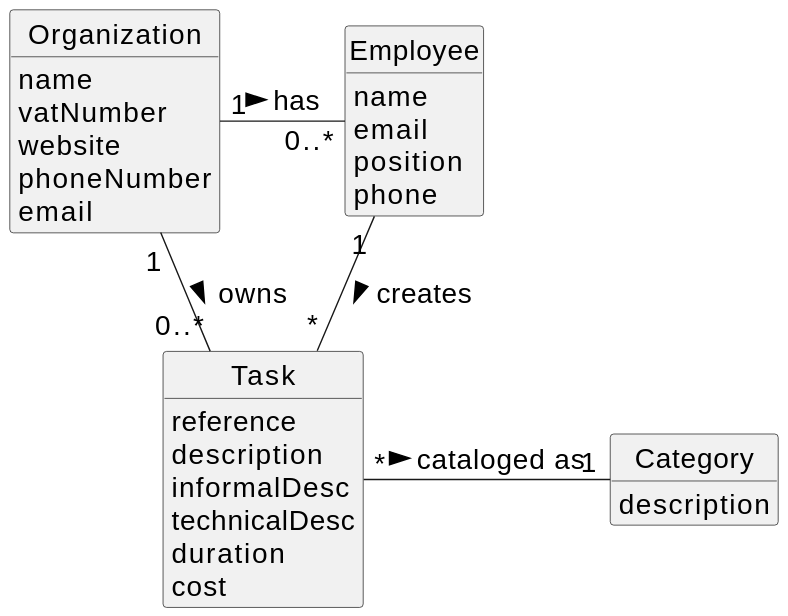
Before: docs/sprintA/us006/02.analysis/svg/us006-domain-model.svg, a diagram exported from PlantUML (tiagosoa/lei-24-s2-1dgh-g073). Its diagram source:
```plantuml
@startuml
skinparamlocked defaultFontSize 20
skinparam monochrome true
skinparam packageStyle rectangle
skinparam shadowing false


skinparam classAttributeIconSize 0

hide circle
hide methods



class Organization {
    name
    vatNumber
    website
    phoneNumber
    email
}

class Task {
    reference
    description
    informalDesc
    technicalDesc
    duration
    cost
}

class Category {
    description
}

class Employee {
    name
    email
    position
    phone
}


Organization "1" - "0..*" Employee : has >
Organization "1" - "0..*" Task: owns >
Employee "1" -- "*" Task : creates >
Task "*" - "1" Category: cataloged as >
@enduml
```
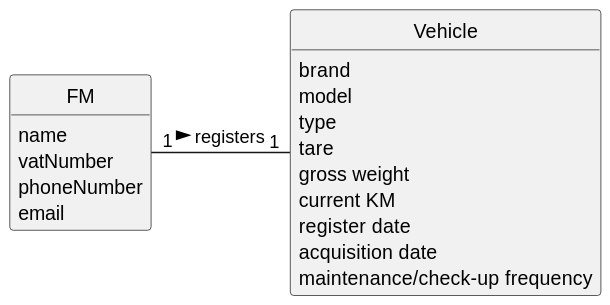
After the change.

What changed in the source:
```diff
@@ -1,5 +1,4 @@
 @startuml
-skinparamlocked defaultFontSize 20
 skinparam monochrome true
 skinparam packageStyle rectangle
 skinparam shadowing false
@@ -12,37 +11,24 @@
 
 
 
-class Organization {
+class FM {
     name
     vatNumber
-    website
     phoneNumber
     email
 }
 
-class Task {
-    reference
-    description
-    informalDesc
-    technicalDesc
-    duration
-    cost
+class Vehicle {
+    brand
+    model
+    type
+    tare
+    gross weight
+    current KM
+    register date
+    acquisition date
+    maintenance/check-up frequency
 }
 
-class Category {
-    description
-}
-
-class Employee {
-    name
-    email
-    position
-    phone
-}
-
-
-Organization "1" - "0..*" Employee : has >
-Organization "1" - "0..*" Task: owns >
-Employee "1" -- "*" Task : creates >
-Task "*" - "1" Category: cataloged as >
+FM "1" - "1" Vehicle : registers >
 @enduml
```
